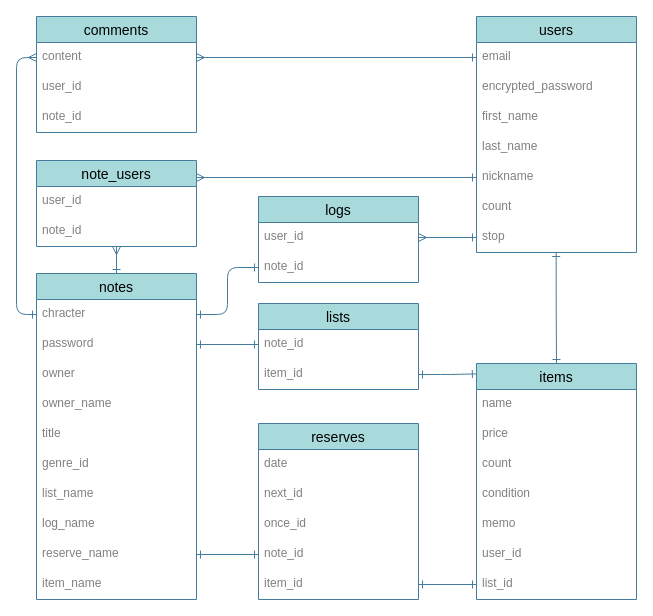
Above: ER.dio in saraya103/bager (draw.io), before the change. Source tidied: cells renumbered, new cells numbered last; positions are measured from the earlier drawing's top-left corner, leaving out a move shared by most shapes. Both pictures are drawn from the tidied source at 100%, with x=0, y=0 at pixel (36, 16).
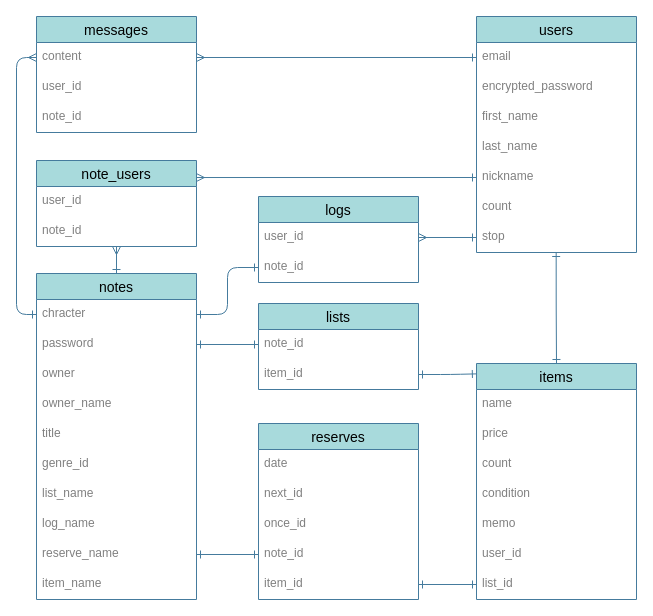
After the change.

What changed in the source:
```diff
@@
-    <mxCell id="46" value="comments" style="swimlane;fontStyle=0;horizontal=1;startSize=26;align=center;fontSize=14;rounded=0;sketch=0;strokeColor=#457B9D;fillColor=#A8DADC;fontColor=#000000;" parent="1" vertex="1">
+    <mxCell id="46" value="messages" style="swimlane;fontStyle=0;horizontal=1;startSize=26;align=center;fontSize=14;rounded=0;sketch=0;strokeColor=#457B9D;fillColor=#A8DADC;fontColor=#000000;" parent="1" vertex="1">
       <mxGeometry width="160" height="116" as="geometry" />
     </mxCell>
```
